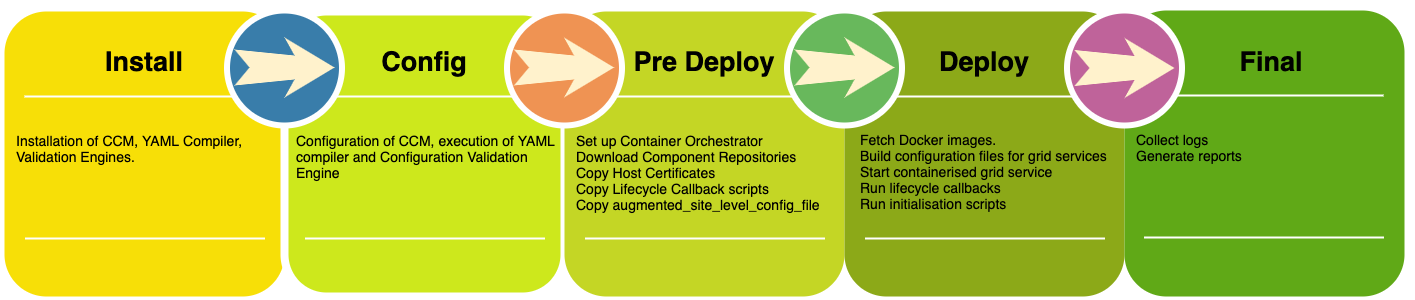
maany/simple-diagrams keeps this draw.io diagram as SIMPLE-execution pipeline.png. Above is the earlier version. Source tidied: cells renumbered, new cells last; positions are measured from the earlier drawing's top-left corner, leaving out a move shared by most shapes.
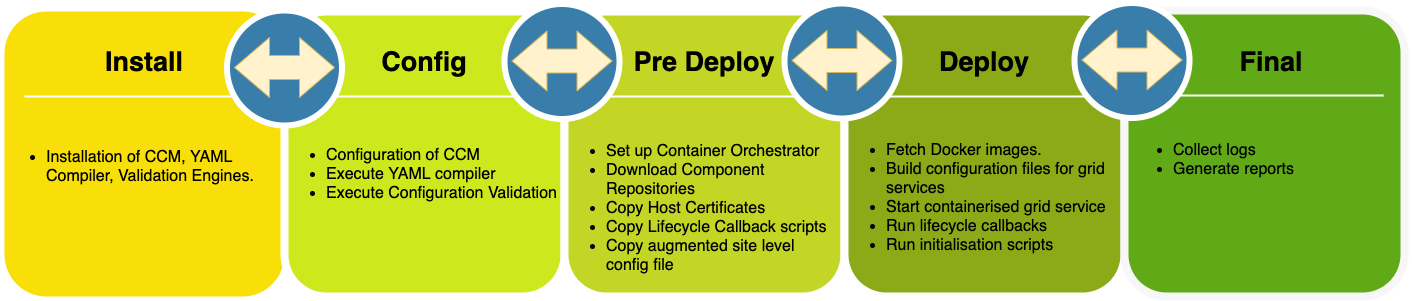
After the commit.

Diff of the diagram source:
```diff
@@ -8,101 +8,86 @@
     <mxCell id="3" value="Install" style="text;html=1;strokeColor=none;fillColor=none;align=center;verticalAlign=middle;whiteSpace=wrap;rounded=0;shadow=0;fontSize=27;fontColor=#000000;fontStyle=1;" parent="1" vertex="1">
       <mxGeometry y="30" width="280" height="60" as="geometry" />
     </mxCell>
-    <mxCell id="4" value="Installation of CCM, YAML Compiler, Validation Engines.&lt;br&gt;" style="text;html=1;strokeColor=none;fillColor=none;align=left;verticalAlign=top;whiteSpace=wrap;rounded=0;shadow=0;fontSize=14;fontColor=#000000;" parent="1" vertex="1">
-      <mxGeometry x="10" y="125" width="280" height="87.5" as="geometry" />
+    <mxCell id="4" value="&lt;ul style=&quot;font-size: 16px;&quot;&gt;&lt;li style=&quot;font-size: 16px;&quot;&gt;Installation of CCM, YAML Compiler, Validation Engines.&lt;/li&gt;&lt;/ul&gt;" style="text;html=1;strokeColor=none;fillColor=none;align=left;verticalAlign=top;whiteSpace=wrap;rounded=0;shadow=0;fontSize=16;fontColor=#000000;" parent="1" vertex="1">
+      <mxGeometry y="124" width="280" height="87.5" as="geometry" />
     </mxCell>
     <mxCell id="5" style="line;strokeWidth=2;html=1;rounded=0;shadow=0;fontSize=27;align=center;fillColor=none;strokeColor=#FFFFFF;" parent="1" vertex="1">
       <mxGeometry x="20" y="90" width="240" height="10" as="geometry" />
     </mxCell>
-    <mxCell id="6" style="line;strokeWidth=2;html=1;rounded=0;shadow=0;fontSize=27;align=center;fillColor=none;strokeColor=#FFFFFF;" parent="1" vertex="1">
-      <mxGeometry x="20.5" y="232" width="240" height="10" as="geometry" />
-    </mxCell>
     <mxCell id="7" style="whiteSpace=wrap;html=1;rounded=1;shadow=0;strokeWidth=8;fontSize=20;align=center;fillColor=#CDE81C;strokeColor=#FFFFFF;" parent="1" vertex="1">
       <mxGeometry x="280" y="10" width="280" height="285" as="geometry" />
     </mxCell>
     <mxCell id="8" value="Config" style="text;html=1;strokeColor=none;fillColor=none;align=center;verticalAlign=middle;whiteSpace=wrap;rounded=0;shadow=0;fontSize=27;fontColor=#000000;fontStyle=1;" parent="1" vertex="1">
       <mxGeometry x="280" y="30" width="280" height="60" as="geometry" />
     </mxCell>
-    <mxCell id="9" value="Configuration of CCM, execution of YAML compiler and Configuration Validation Engine" style="text;html=1;strokeColor=none;fillColor=none;align=left;verticalAlign=top;whiteSpace=wrap;rounded=0;shadow=0;fontSize=14;fontColor=#000000;" parent="1" vertex="1">
-      <mxGeometry x="290" y="125" width="280" height="90" as="geometry" />
-    </mxCell>
+    <mxCell id="36" value="&lt;ul style=&quot;font-size: 16px;&quot;&gt;&lt;li style=&quot;font-size: 16px;&quot;&gt;Configuration of CCM&lt;/li&gt;&lt;li style=&quot;font-size: 16px;&quot;&gt;Execute YAML compiler&lt;/li&gt;&lt;li style=&quot;font-size: 16px;&quot;&gt;Execute Configuration Validation Engine&lt;/li&gt;&lt;/ul&gt;" style="text;html=1;strokeColor=none;fillColor=none;align=left;verticalAlign=top;rounded=0;shadow=0;fontSize=16;fontColor=#000000;" parent="1" vertex="1">
+      <mxGeometry x="280" y="121.5" width="270" height="158.5" as="geometry" />
+    </mxCell>
     <mxCell id="10" style="line;strokeWidth=2;html=1;rounded=0;shadow=0;fontSize=27;align=center;fillColor=none;strokeColor=#FFFFFF;" parent="1" vertex="1">
       <mxGeometry x="300" y="90" width="240" height="10" as="geometry" />
     </mxCell>
     <mxCell id="11" style="line;strokeWidth=2;html=1;rounded=0;shadow=0;fontSize=27;align=center;fillColor=none;strokeColor=#FFFFFF;" parent="1" vertex="1">
       <mxGeometry x="300" width="240" height="10" as="geometry" />
     </mxCell>
-    <mxCell id="12" style="line;strokeWidth=2;html=1;rounded=0;shadow=0;fontSize=27;align=center;fillColor=none;strokeColor=#FFFFFF;" parent="1" vertex="1">
-      <mxGeometry x="300.5" y="232" width="240" height="10" as="geometry" />
-    </mxCell>
     <mxCell id="13" style="ellipse;whiteSpace=wrap;html=1;rounded=0;shadow=0;strokeWidth=6;fontSize=14;align=center;fillColor=#397DAA;strokeColor=#FFFFFF;fontColor=#FFFFFF;" parent="1" vertex="1">
       <mxGeometry x="222.5" y="9" width="115" height="115" as="geometry" />
     </mxCell>
-    <mxCell id="14" style="whiteSpace=wrap;html=1;rounded=1;shadow=0;strokeWidth=8;fontSize=20;align=center;fillColor=#C4D625;strokeColor=none;fontColor=#ffffff;" parent="1" vertex="1">
-      <mxGeometry x="560" y="10" width="280" height="285" as="geometry" />
-    </mxCell>
+    <mxCell id="37" style="whiteSpace=wrap;html=1;rounded=1;shadow=0;strokeWidth=8;fontSize=20;align=center;fillColor=#C4D625;strokeColor=#FFFFFF;fontColor=#ffffff;" parent="1" vertex="1">
+      <mxGeometry x="560" y="10" width="280" height="285" as="geometry" />
+    </mxCell>
     <mxCell id="15" value="Pre Deploy" style="text;html=1;strokeColor=none;fillColor=none;align=center;verticalAlign=middle;whiteSpace=wrap;rounded=0;shadow=0;fontSize=27;fontColor=#000000;fontStyle=1;" parent="1" vertex="1">
       <mxGeometry x="560" y="30" width="280" height="60" as="geometry" />
     </mxCell>
-    <mxCell id="16" value="Set up Container Orchestrator&lt;br&gt;Download Component Repositories &lt;br&gt;Copy Host Certificates&lt;br&gt;Copy Lifecycle Callback scripts &lt;br&gt;Copy augmented_site_level_config_file" style="text;html=1;strokeColor=none;fillColor=none;align=left;verticalAlign=top;whiteSpace=wrap;rounded=0;shadow=0;fontSize=14;fontColor=#000000;" parent="1" vertex="1">
-      <mxGeometry x="570" y="125" width="280" height="90" as="geometry" />
-    </mxCell>
+    <mxCell id="38" value="&lt;ul style=&quot;font-size: 16px&quot;&gt;&lt;li style=&quot;font-size: 16px&quot;&gt;Set up Container Orchestrator&lt;/li&gt;&lt;li style=&quot;font-size: 16px&quot;&gt;Download Component Repositories &lt;/li&gt;&lt;li style=&quot;font-size: 16px&quot;&gt;Copy Host Certificates&lt;/li&gt;&lt;li style=&quot;font-size: 16px&quot;&gt;Copy Lifecycle Callback scripts &lt;/li&gt;&lt;li style=&quot;font-size: 16px&quot;&gt;Copy augmented site level config file&lt;/li&gt;&lt;/ul&gt;" style="text;html=1;strokeColor=none;fillColor=none;align=left;verticalAlign=top;whiteSpace=wrap;rounded=0;shadow=0;fontSize=16;fontColor=#000000;" parent="1" vertex="1">
+      <mxGeometry x="560" y="117.5" width="270" height="155" as="geometry" />
+    </mxCell>
     <mxCell id="17" style="line;strokeWidth=2;html=1;rounded=0;shadow=0;fontSize=27;align=center;fillColor=none;strokeColor=#FFFFFF;" parent="1" vertex="1">
       <mxGeometry x="580" y="90" width="240" height="10" as="geometry" />
     </mxCell>
-    <mxCell id="18" style="line;strokeWidth=2;html=1;rounded=0;shadow=0;fontSize=27;align=center;fillColor=none;strokeColor=#FFFFFF;" parent="1" vertex="1">
-      <mxGeometry x="580.5" y="232" width="240" height="10" as="geometry" />
-    </mxCell>
-    <mxCell id="19" style="ellipse;whiteSpace=wrap;html=1;rounded=0;shadow=0;strokeWidth=6;fontSize=14;align=center;fillColor=#EF9353;strokeColor=#FFFFFF;fontColor=#FFFFFF;" parent="1" vertex="1">
-      <mxGeometry x="502.5" y="9" width="115" height="115" as="geometry" />
-    </mxCell>
-    <mxCell id="20" style="whiteSpace=wrap;html=1;rounded=1;shadow=0;strokeWidth=8;fontSize=20;align=center;fillColor=#8CA918;strokeColor=none;fontColor=#ffffff;" parent="1" vertex="1">
-      <mxGeometry x="840" y="10" width="280" height="285" as="geometry" />
-    </mxCell>
+    <mxCell id="39" style="whiteSpace=wrap;html=1;rounded=1;shadow=0;strokeWidth=8;fontSize=20;align=center;fillColor=#8CA918;strokeColor=#FFFFFF;fontColor=#ffffff;" parent="1" vertex="1">
+      <mxGeometry x="840" y="10" width="280" height="285" as="geometry" />
+    </mxCell>
     <mxCell id="21" value="Deploy" style="text;html=1;strokeColor=none;fillColor=none;align=center;verticalAlign=middle;whiteSpace=wrap;rounded=0;shadow=0;fontSize=27;fontColor=#000000;fontStyle=1;" parent="1" vertex="1">
       <mxGeometry x="840" y="30" width="280" height="60" as="geometry" />
     </mxCell>
-    <mxCell id="22" value="Fetch Docker images.&lt;br&gt;Build configuration files for grid services&lt;br&gt;Start containerised grid service&lt;br&gt;Run lifecycle callbacks&lt;br&gt;Run initialisation scripts&amp;nbsp;" style="text;html=1;strokeColor=none;fillColor=none;align=left;verticalAlign=top;whiteSpace=wrap;rounded=0;shadow=0;fontSize=14;fontColor=#000000;" parent="1" vertex="1">
-      <mxGeometry x="853.5" y="124" width="280" height="116" as="geometry" />
+    <mxCell id="22" value="&lt;ul style=&quot;font-size: 16px;&quot;&gt;&lt;li style=&quot;font-size: 16px;&quot;&gt;Fetch Docker images.&lt;/li&gt;&lt;li style=&quot;font-size: 16px;&quot;&gt;Build configuration files for grid services&lt;/li&gt;&lt;li style=&quot;font-size: 16px;&quot;&gt;Start containerised grid service&lt;/li&gt;&lt;li style=&quot;font-size: 16px;&quot;&gt;Run lifecycle callbacks&lt;/li&gt;&lt;li style=&quot;font-size: 16px;&quot;&gt;Run initialisation scripts&amp;nbsp;&lt;/li&gt;&lt;/ul&gt;" style="text;html=1;strokeColor=none;fillColor=none;align=left;verticalAlign=top;whiteSpace=wrap;rounded=0;shadow=0;fontSize=16;fontColor=#000000;" parent="1" vertex="1">
+      <mxGeometry x="840" y="116.5" width="270" height="116" as="geometry" />
     </mxCell>
     <mxCell id="23" style="line;strokeWidth=2;html=1;rounded=0;shadow=0;fontSize=27;align=center;fillColor=none;strokeColor=#FFFFFF;" parent="1" vertex="1">
       <mxGeometry x="860" y="90" width="240" height="10" as="geometry" />
     </mxCell>
-    <mxCell id="24" style="line;strokeWidth=2;html=1;rounded=0;shadow=0;fontSize=27;align=center;fillColor=none;strokeColor=#FFFFFF;" parent="1" vertex="1">
-      <mxGeometry x="860.5" y="232" width="240" height="10" as="geometry" />
-    </mxCell>
-    <mxCell id="25" style="ellipse;whiteSpace=wrap;html=1;rounded=0;shadow=0;strokeWidth=6;fontSize=14;align=center;fillColor=#68B85C;strokeColor=#FFFFFF;fontColor=#FFFFFF;" parent="1" vertex="1">
-      <mxGeometry x="782.5" y="9" width="115" height="115" as="geometry" />
-    </mxCell>
-    <mxCell id="26" style="whiteSpace=wrap;html=1;rounded=1;shadow=0;strokeWidth=8;fontSize=20;align=center;fillColor=#60a917;strokeColor=none;fontColor=#ffffff;" parent="1" vertex="1">
-      <mxGeometry x="1120" y="9" width="280" height="286" as="geometry" />
-    </mxCell>
+    <mxCell id="40" style="whiteSpace=wrap;html=1;rounded=1;shadow=0;strokeWidth=8;fontSize=20;align=center;fillColor=#60a917;strokeColor=#F7F7F7;fontColor=#ffffff;" parent="1" vertex="1">
+      <mxGeometry x="1120" y="9" width="280" height="286" as="geometry" />
+    </mxCell>
-    <mxCell id="27" value="Collect logs&lt;br&gt;Generate reports" style="text;html=1;strokeColor=none;fillColor=none;align=left;verticalAlign=top;whiteSpace=wrap;rounded=0;shadow=0;fontSize=14;fontColor=#000000;" parent="1" vertex="1">
-      <mxGeometry x="1130" y="124" width="280" height="90" as="geometry" />
+    <mxCell id="27" value="&lt;ul style=&quot;font-size: 16px;&quot;&gt;&lt;li style=&quot;font-size: 16px;&quot;&gt;Collect logs&lt;/li&gt;&lt;li style=&quot;font-size: 16px;&quot;&gt;Generate reports&lt;/li&gt;&lt;/ul&gt;" style="text;html=1;strokeColor=none;fillColor=none;align=left;verticalAlign=top;whiteSpace=wrap;rounded=0;shadow=0;fontSize=16;fontColor=#000000;" parent="1" vertex="1">
+      <mxGeometry x="1127" y="116.5" width="263" height="90" as="geometry" />
     </mxCell>
     <mxCell id="28" style="line;strokeWidth=2;html=1;rounded=0;shadow=0;fontSize=27;align=center;fillColor=none;strokeColor=#FFFFFF;" parent="1" vertex="1">
       <mxGeometry x="1139" y="89" width="240" height="10" as="geometry" />
     </mxCell>
-    <mxCell id="29" style="line;strokeWidth=2;html=1;rounded=0;shadow=0;fontSize=27;align=center;fillColor=none;strokeColor=#FFFFFF;" parent="1" vertex="1">
-      <mxGeometry x="1139.5" y="231" width="240" height="10" as="geometry" />
-    </mxCell>
     <mxCell id="30" value="Final" style="text;html=1;strokeColor=none;fillColor=none;align=center;verticalAlign=middle;whiteSpace=wrap;rounded=0;shadow=0;fontSize=27;fontColor=#000000;fontStyle=1;" parent="1" vertex="1">
       <mxGeometry x="1127" y="30" width="280" height="60" as="geometry" />
     </mxCell>
-    <mxCell id="31" style="ellipse;whiteSpace=wrap;html=1;rounded=0;shadow=0;strokeWidth=6;fontSize=14;align=center;fillColor=#BF639A;strokeColor=#FFFFFF;fontColor=#FFFFFF;" parent="1" vertex="1">
-      <mxGeometry x="1062.5" y="9" width="115" height="115" as="geometry" />
-    </mxCell>
-    <mxCell id="32" style="html=1;shadow=0;dashed=0;align=center;verticalAlign=middle;shape=mxgraph.arrows2.stylisedArrow;dy=0.6;dx=40;notch=15;feather=0.4;rounded=0;strokeWidth=1;fontSize=27;strokeColor=none;fillColor=#fff2cc;" parent="1" vertex="1">
-      <mxGeometry x="230" y="36" width="100" height="60" as="geometry" />
-    </mxCell>
-    <mxCell id="33" style="html=1;shadow=0;dashed=0;align=center;verticalAlign=middle;shape=mxgraph.arrows2.stylisedArrow;dy=0.6;dx=40;notch=15;feather=0.4;rounded=0;strokeWidth=1;fontSize=27;strokeColor=none;fillColor=#fff2cc;" parent="1" vertex="1">
-      <mxGeometry x="509.5" y="36" width="100" height="60" as="geometry" />
-    </mxCell>
-    <mxCell id="34" style="html=1;shadow=0;dashed=0;align=center;verticalAlign=middle;shape=mxgraph.arrows2.stylisedArrow;dy=0.6;dx=40;notch=15;feather=0.4;rounded=0;strokeWidth=1;fontSize=27;strokeColor=none;fillColor=#fff2cc;" parent="1" vertex="1">
-      <mxGeometry x="790" y="36" width="100" height="60" as="geometry" />
-    </mxCell>
-    <mxCell id="35" style="html=1;shadow=0;dashed=0;align=center;verticalAlign=middle;shape=mxgraph.arrows2.stylisedArrow;dy=0.6;dx=40;notch=15;feather=0.4;rounded=0;strokeWidth=1;fontSize=27;strokeColor=none;fillColor=#fff2cc;" parent="1" vertex="1">
-      <mxGeometry x="1070" y="36.5" width="100" height="60" as="geometry" />
-    </mxCell>
+    <mxCell id="41" style="html=1;shadow=0;dashed=0;align=center;verticalAlign=middle;shape=mxgraph.arrows2.twoWayArrow;dy=0.6;dx=35;strokeColor=#d6b656;fillColor=#fff2cc;" parent="1" vertex="1">
+      <mxGeometry x="230" y="36" width="100" height="60" as="geometry" />
+    </mxCell>
+    <mxCell id="42" style="ellipse;whiteSpace=wrap;html=1;rounded=0;shadow=0;strokeWidth=6;fontSize=14;align=center;fillColor=#397DAA;strokeColor=#FFFFFF;fontColor=#FFFFFF;" parent="1" vertex="1">
+      <mxGeometry x="500" y="2.5" width="115" height="115" as="geometry" />
+    </mxCell>
+    <mxCell id="43" style="html=1;shadow=0;dashed=0;align=center;verticalAlign=middle;shape=mxgraph.arrows2.twoWayArrow;dy=0.6;dx=35;strokeColor=#d6b656;fillColor=#fff2cc;" parent="1" vertex="1">
+      <mxGeometry x="507.5" y="29.5" width="100" height="60" as="geometry" />
+    </mxCell>
+    <mxCell id="44" style="ellipse;whiteSpace=wrap;html=1;rounded=0;shadow=0;strokeWidth=6;fontSize=14;align=center;fillColor=#397DAA;strokeColor=#FFFFFF;fontColor=#FFFFFF;" parent="1" vertex="1">
+      <mxGeometry x="780" y="2" width="115" height="115" as="geometry" />
+    </mxCell>
+    <mxCell id="45" style="html=1;shadow=0;dashed=0;align=center;verticalAlign=middle;shape=mxgraph.arrows2.twoWayArrow;dy=0.6;dx=35;strokeColor=#d6b656;fillColor=#fff2cc;" parent="1" vertex="1">
+      <mxGeometry x="787.5" y="29" width="100" height="60" as="geometry" />
+    </mxCell>
+    <mxCell id="46" style="ellipse;whiteSpace=wrap;html=1;rounded=0;shadow=0;strokeWidth=6;fontSize=14;align=center;fillColor=#397DAA;strokeColor=#FFFFFF;fontColor=#FFFFFF;" parent="1" vertex="1">
+      <mxGeometry x="1070" y="1.5" width="115" height="115" as="geometry" />
+    </mxCell>
+    <mxCell id="47" style="html=1;shadow=0;dashed=0;align=center;verticalAlign=middle;shape=mxgraph.arrows2.twoWayArrow;dy=0.6;dx=35;strokeColor=#d6b656;fillColor=#fff2cc;" parent="1" vertex="1">
+      <mxGeometry x="1077.5" y="28.5" width="100" height="60" as="geometry" />
+    </mxCell>
   </root>
 </mxGraphModel>
```
